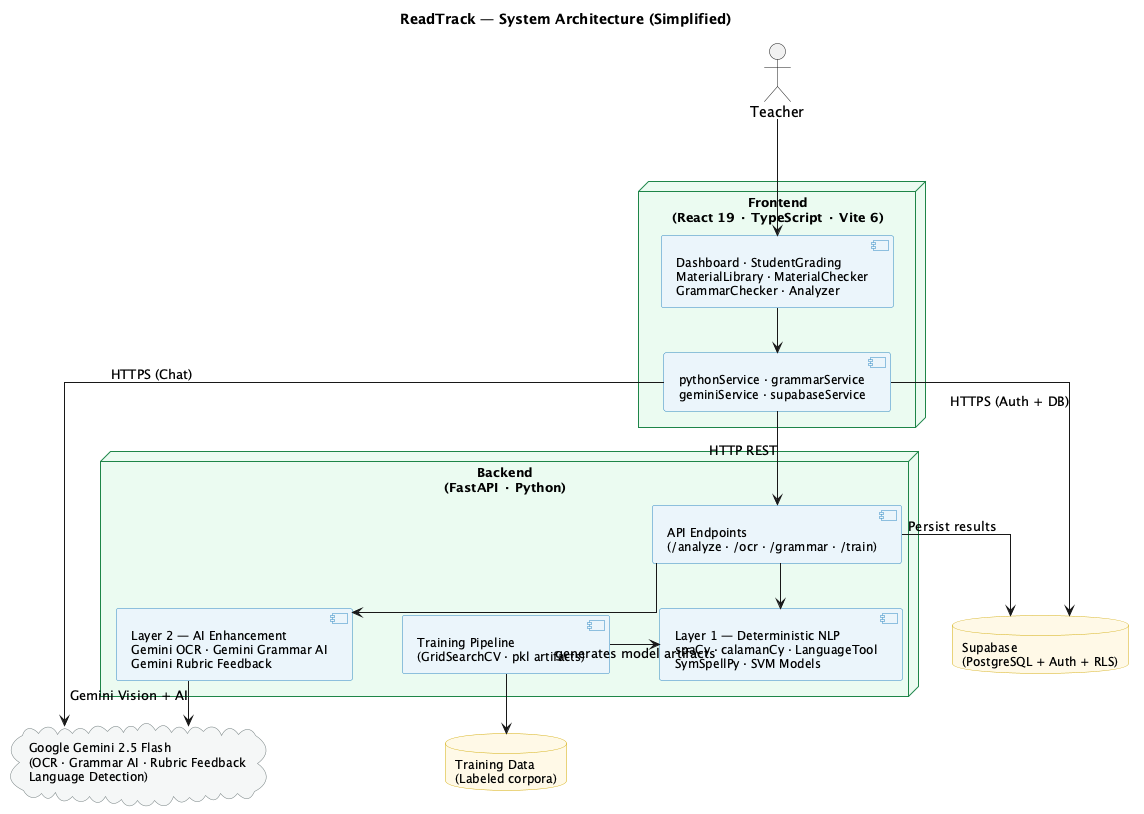
Before: diagrams/ReadTrack System Architecture (Simplified).png, a diagram exported from PlantUML (ianxroy/readtrack).
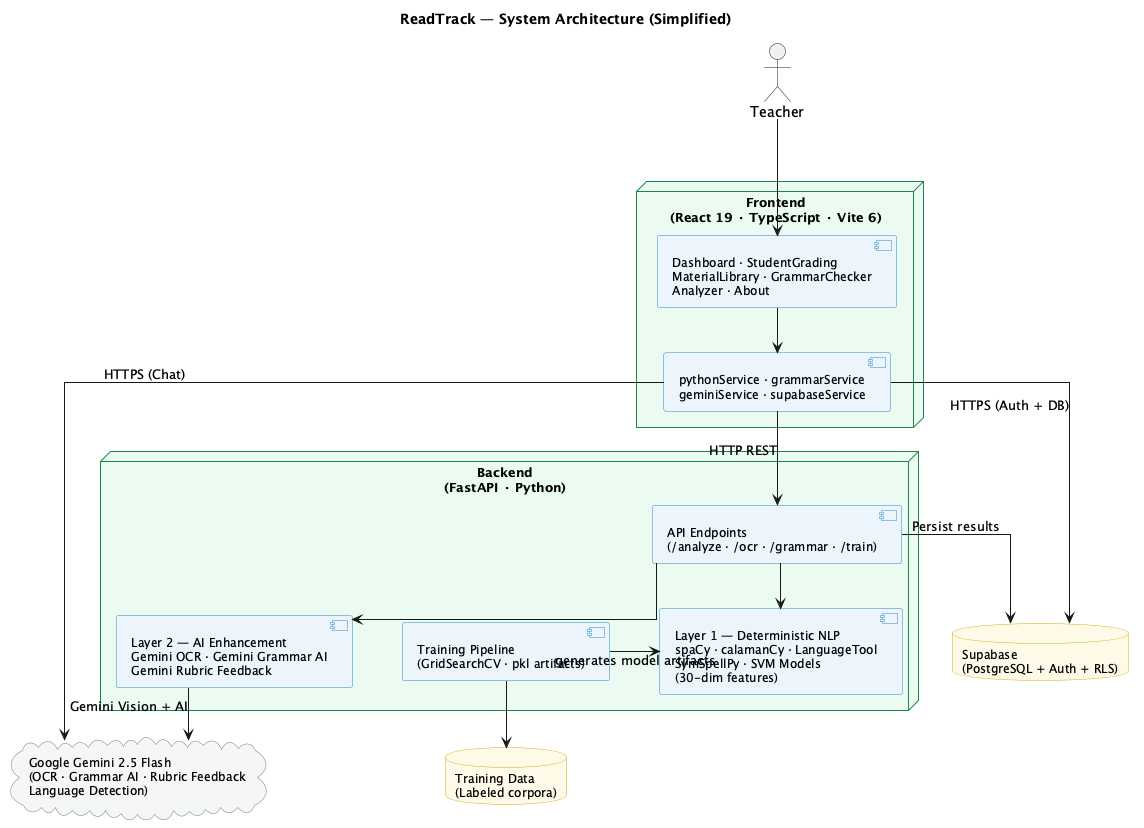
After the commit.

The edit, as a diff of the source:
```diff
@@ -31,14 +31,14 @@
 actor "Teacher" as teacher
 
 node "Frontend\n(React 19 · TypeScript · Vite 6)" as frontend {
-  [Dashboard · StudentGrading\nMaterialLibrary · MaterialChecker\nGrammarChecker · Analyzer] as pages
+  [Dashboard · StudentGrading\nMaterialLibrary · GrammarChecker\nAnalyzer · About] as pages
   [pythonService · grammarService\ngeminiService · supabaseService] as services
 }
 
 node "Backend\n(FastAPI · Python)" as backend {
   [API Endpoints\n(/analyze · /ocr · /grammar · /train)] as api
 
-  [Layer 1 — Deterministic NLP\nspaCy · calamanCy · LanguageTool\nSymSpellPy · SVM Models] as layer1
+  [Layer 1 — Deterministic NLP\nspaCy · calamanCy · LanguageTool\nSymSpellPy · SVM Models\n(30-dim features)] as layer1
 
   [Layer 2 — AI Enhancement\nGemini OCR · Gemini Grammar AI\nGemini Rubric Feedback] as layer2
 
```
